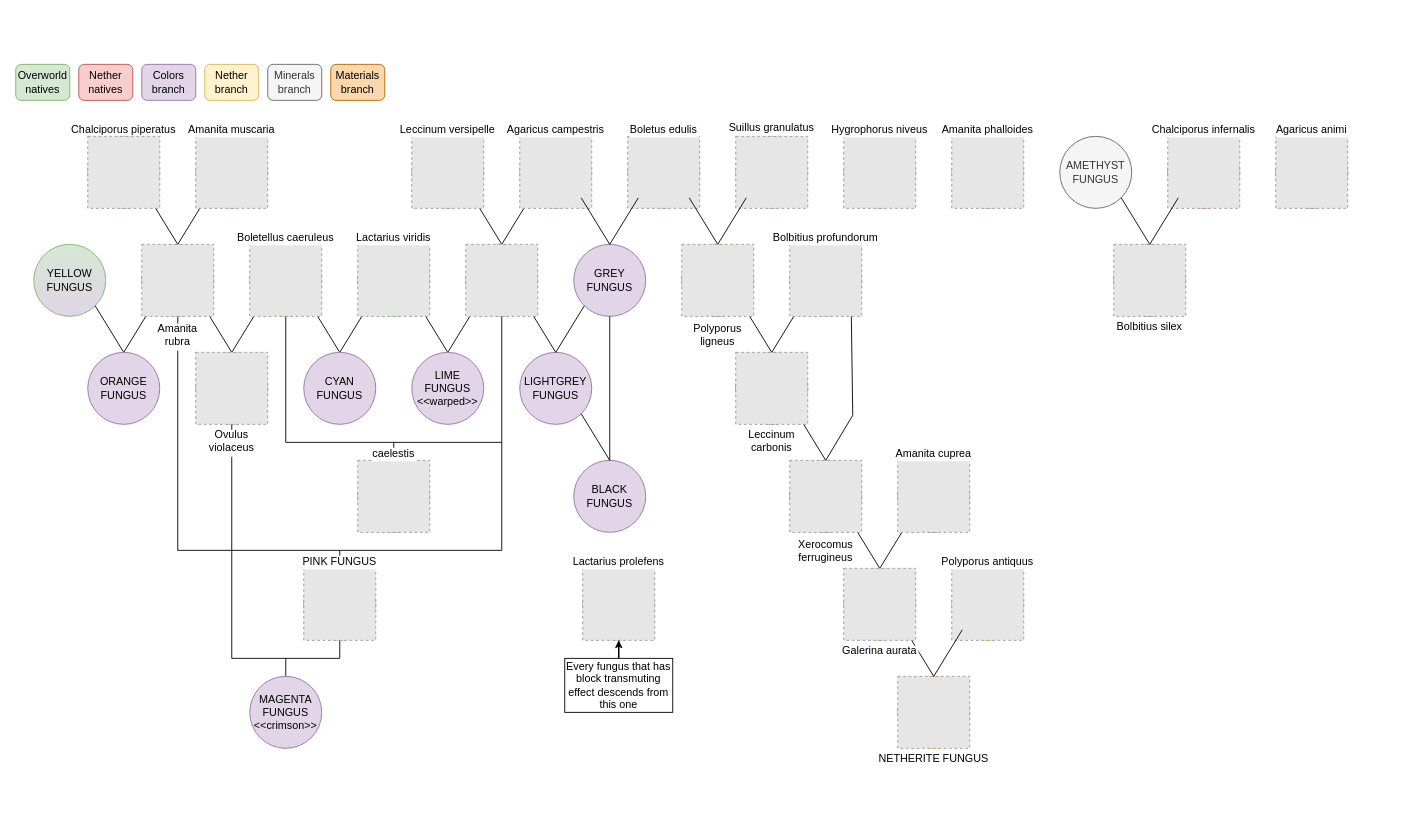
Before: src/main/resources/data/mycologymod/mutations/mutations-diagram.drawio in SimoMett/MycologyMC, a draw.io diagram. Source tidied: cells renumbered, new cells numbered last; positions are measured from the earlier drawing's top-left corner, leaving out a move shared by most shapes. Both pictures are drawn from the tidied source at 90%, with x=0, y=0 at pixel (15, 64). Pictures stored in the file or linked from it are replaced by grey dashed boxes.
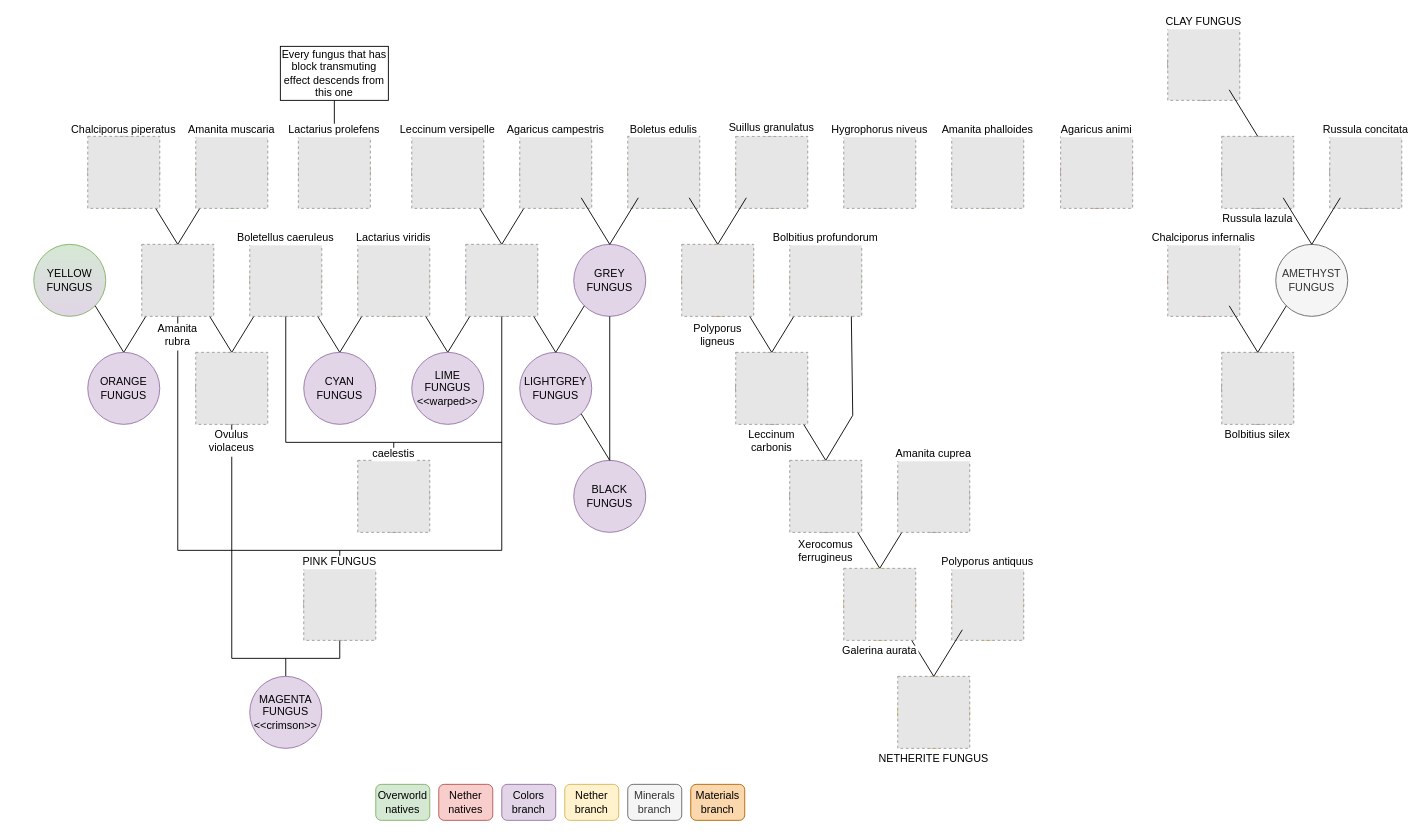
After the change.

Commit message (it also covers changes not shown here):
Added CALCITE_FUNGUS and more mutations

Diff of the diagram source:
```diff
@@
     <mxCell id="2" style="ellipse;whiteSpace=wrap;html=1;fillColor=#f5f5f5;fontColor=#333333;strokeColor=#666666;" parent="1" vertex="1">
-      <mxGeometry x="1220" y="200" width="80" height="80" as="geometry" />
+      <mxGeometry x="1340" y="320" width="80" height="80" as="geometry" />
     </mxCell>
@@
     <mxCell id="47" style="ellipse;whiteSpace=wrap;html=1;fillColor=#d5e8d4;strokeColor=#82b366;" parent="1" vertex="1">
-      <mxGeometry x="630" y="560" width="80" height="80" as="geometry" />
+      <mxGeometry x="314" y="80" width="80" height="80" as="geometry" />
     </mxCell>
@@
     <mxCell id="50" value="Overworld natives" style="rounded=1;whiteSpace=wrap;html=1;fillColor=#d5e8d4;strokeColor=#82b366;" parent="1" vertex="1">
-      <mxGeometry width="60" height="40" as="geometry" />
+      <mxGeometry x="400" y="800" width="60" height="40" as="geometry" />
     </mxCell>
     <mxCell id="51" value="Colors branch" style="rounded=1;whiteSpace=wrap;html=1;fillColor=#e1d5e7;strokeColor=#9673a6;" parent="1" vertex="1">
-      <mxGeometry x="140" width="60" height="40" as="geometry" />
+      <mxGeometry x="540" y="800" width="60" height="40" as="geometry" />
     </mxCell>
@@
     <mxCell id="62" style="ellipse;whiteSpace=wrap;html=1;fillColor=#f8cecc;strokeColor=#b85450;" parent="1" vertex="1">
-      <mxGeometry x="1280" y="80" width="80" height="80" as="geometry" />
+      <mxGeometry x="1280" y="200" width="80" height="80" as="geometry" />
     </mxCell>
     <mxCell id="63" value="Nether&lt;br&gt;natives" style="rounded=1;whiteSpace=wrap;html=1;fillColor=#f8cecc;strokeColor=#b85450;" parent="1" vertex="1">
-      <mxGeometry x="70" width="60" height="40" as="geometry" />
+      <mxGeometry x="470" y="800" width="60" height="40" as="geometry" />
     </mxCell>
     <mxCell id="64" style="ellipse;whiteSpace=wrap;html=1;fillColor=#f8cecc;strokeColor=#b85450;" parent="1" vertex="1">
-      <mxGeometry x="1400" y="80" width="80" height="80" as="geometry" />
+      <mxGeometry x="1161" y="80" width="80" height="80" as="geometry" />
     </mxCell>
@@
     <mxCell id="71" value="Nether branch" style="rounded=1;whiteSpace=wrap;html=1;fillColor=#fff2cc;strokeColor=#d6b656;" parent="1" vertex="1">
-      <mxGeometry x="210" width="60" height="40" as="geometry" />
+      <mxGeometry x="610" y="800" width="60" height="40" as="geometry" />
     </mxCell>
@@
     <mxCell id="74" value="Minerals branch" style="rounded=1;whiteSpace=wrap;html=1;fillColor=#f5f5f5;strokeColor=#666666;fontColor=#333333;" parent="1" vertex="1">
-      <mxGeometry x="280" width="60" height="40" as="geometry" />
+      <mxGeometry x="680" y="800" width="60" height="40" as="geometry" />
     </mxCell>
@@
     <mxCell id="92" value="Agaricus animi" style="fillColor=#E6E6E6;strokeColor=#999999;dashed=1;verticalLabelPosition=top;labelBackgroundColor=default;verticalAlign=bottom;spacing=0;labelPosition=center;align=center;" parent="1" vertex="1">
-      <mxGeometry x="1400" y="80" width="80" height="80" as="geometry" />
+      <mxGeometry x="1161" y="80" width="80" height="80" as="geometry" />
     </mxCell>
     <mxCell id="93" value="Chalciporus infernalis" style="fillColor=#E6E6E6;strokeColor=#999999;dashed=1;verticalLabelPosition=top;labelBackgroundColor=default;verticalAlign=bottom;spacing=0;labelPosition=center;align=center;" parent="1" vertex="1">
-      <mxGeometry x="1280" y="80" width="80" height="80" as="geometry" />
+      <mxGeometry x="1280" y="200" width="80" height="80" as="geometry" />
     </mxCell>
@@
     <mxCell id="98" value="Every fungus that has block transmuting effect descends from this one" style="whiteSpace=wrap;html=1;" parent="1" vertex="1">
-      <mxGeometry x="610" y="660" width="120" height="60" as="geometry" />
+      <mxGeometry x="294" y="-20" width="120" height="60" as="geometry" />
     </mxCell>
@@
     <mxCell id="104" value="Materials&lt;br&gt;branch" style="rounded=1;whiteSpace=wrap;html=1;fillColor=#fad7ac;strokeColor=#b46504;" parent="1" vertex="1">
-      <mxGeometry x="350" width="60" height="40" as="geometry" />
+      <mxGeometry x="750" y="800" width="60" height="40" as="geometry" />
     </mxCell>
@@
-    <mxCell id="107" style="endArrow=none;html=1;rounded=0;entryX=0;entryY=1;entryDx=0;entryDy=0;exitX=0.5;exitY=0;exitDx=0;exitDy=0;" parent="1" edge="1" source="2" target="62">
+    <mxCell id="107" style="endArrow=none;html=1;rounded=0;exitX=0.5;exitY=0;exitDx=0;exitDy=0;entryX=1;entryY=1;entryDx=0;entryDy=0;" parent="1" edge="1" source="2" target="62">
       <mxGeometry relative="1" as="geometry" />
     </mxCell>
     <mxCell id="108" value="Bolbitius silex" style="fillColor=#E6E6E6;strokeColor=#999999;dashed=1;verticalLabelPosition=bottom;labelBackgroundColor=default;verticalAlign=top;labelPosition=center;align=center;spacing=0;" parent="1" vertex="1">
-      <mxGeometry x="1220" y="200" width="80" height="80" as="geometry" />
+      <mxGeometry x="1340" y="320" width="80" height="80" as="geometry" />
     </mxCell>
     <mxCell id="109" value="AMETHYST&lt;div&gt;FUNGUS&lt;/div&gt;" style="ellipse;whiteSpace=wrap;html=1;fillColor=#f5f5f5;fontColor=#333333;strokeColor=#666666;" parent="1" vertex="1">
-      <mxGeometry x="1160" y="80" width="80" height="80" as="geometry" />
+      <mxGeometry x="1400" y="200" width="80" height="80" as="geometry" />
     </mxCell>
-    <mxCell id="110" style="endArrow=none;html=1;rounded=0;entryX=1;entryY=1;entryDx=0;entryDy=0;exitX=0.5;exitY=0;exitDx=0;exitDy=0;" parent="1" edge="1" source="2" target="109">
+    <mxCell id="110" style="endArrow=none;html=1;rounded=0;entryX=0;entryY=1;entryDx=0;entryDy=0;exitX=0.5;exitY=0;exitDx=0;exitDy=0;" parent="1" edge="1" source="2" target="109">
       <mxGeometry relative="1" as="geometry" />
     </mxCell>
@@
     <mxCell id="113" value="Lactarius prolefens" style="fillColor=#E6E6E6;strokeColor=#999999;dashed=1;verticalLabelPosition=top;labelBackgroundColor=default;verticalAlign=bottom;spacing=0;labelPosition=center;align=center;" parent="1" vertex="1">
-      <mxGeometry x="630" y="560" width="80" height="80" as="geometry" />
+      <mxGeometry x="314" y="80" width="80" height="80" as="geometry" />
     </mxCell>
+    <mxCell id="114" style="ellipse;whiteSpace=wrap;html=1;fillColor=#f5f5f5;fontColor=#333333;strokeColor=#666666;" parent="1" vertex="1">
+      <mxGeometry x="1340" y="80" width="80" height="80" as="geometry" />
+    </mxCell>
+    <mxCell id="115" style="ellipse;whiteSpace=wrap;html=1;fillColor=#f5f5f5;fontColor=#333333;strokeColor=#666666;" parent="1" vertex="1">
+      <mxGeometry x="1460" y="80" width="80" height="80" as="geometry" />
+    </mxCell>
+    <mxCell id="116" value="Russula concitata" style="fillColor=#E6E6E6;strokeColor=#999999;dashed=1;verticalLabelPosition=top;labelBackgroundColor=default;verticalAlign=bottom;spacing=0;labelPosition=center;align=center;" parent="1" vertex="1">
+      <mxGeometry x="1460" y="80" width="80" height="80" as="geometry" />
+    </mxCell>
+    <mxCell id="117" value="Russula lazula" style="fillColor=#E6E6E6;strokeColor=#999999;dashed=1;verticalLabelPosition=bottom;labelBackgroundColor=default;verticalAlign=top;spacing=0;labelPosition=center;align=center;" parent="1" vertex="1">
+      <mxGeometry x="1340" y="80" width="80" height="80" as="geometry" />
+    </mxCell>
+    <mxCell id="118" style="endArrow=none;html=1;rounded=0;entryX=0;entryY=1;entryDx=0;entryDy=0;exitX=0.5;exitY=0;exitDx=0;exitDy=0;" parent="1" edge="1" source="109" target="115">
+      <mxGeometry relative="1" as="geometry" />
+    </mxCell>
+    <mxCell id="119" style="endArrow=none;html=1;rounded=0;entryX=1;entryY=1;entryDx=0;entryDy=0;exitX=0.5;exitY=0;exitDx=0;exitDy=0;" parent="1" edge="1" source="109" target="114">
+      <mxGeometry relative="1" as="geometry" />
+    </mxCell>
+    <mxCell id="120" style="ellipse;whiteSpace=wrap;html=1;fillColor=#f5f5f5;fontColor=#333333;strokeColor=#666666;" parent="1" vertex="1">
+      <mxGeometry x="1280" y="-40" width="80" height="80" as="geometry" />
+    </mxCell>
+    <mxCell id="121" value="CLAY FUNGUS" style="fillColor=#E6E6E6;strokeColor=#999999;dashed=1;verticalLabelPosition=top;labelBackgroundColor=default;verticalAlign=bottom;spacing=0;labelPosition=center;align=center;" parent="1" vertex="1">
+      <mxGeometry x="1280" y="-40" width="80" height="80" as="geometry" />
+    </mxCell>
+    <mxCell id="122" style="endArrow=none;html=1;rounded=0;entryX=1;entryY=1;entryDx=0;entryDy=0;exitX=0.5;exitY=0;exitDx=0;exitDy=0;" parent="1" edge="1" source="114" target="120">
+      <mxGeometry relative="1" as="geometry" />
+    </mxCell>
```
